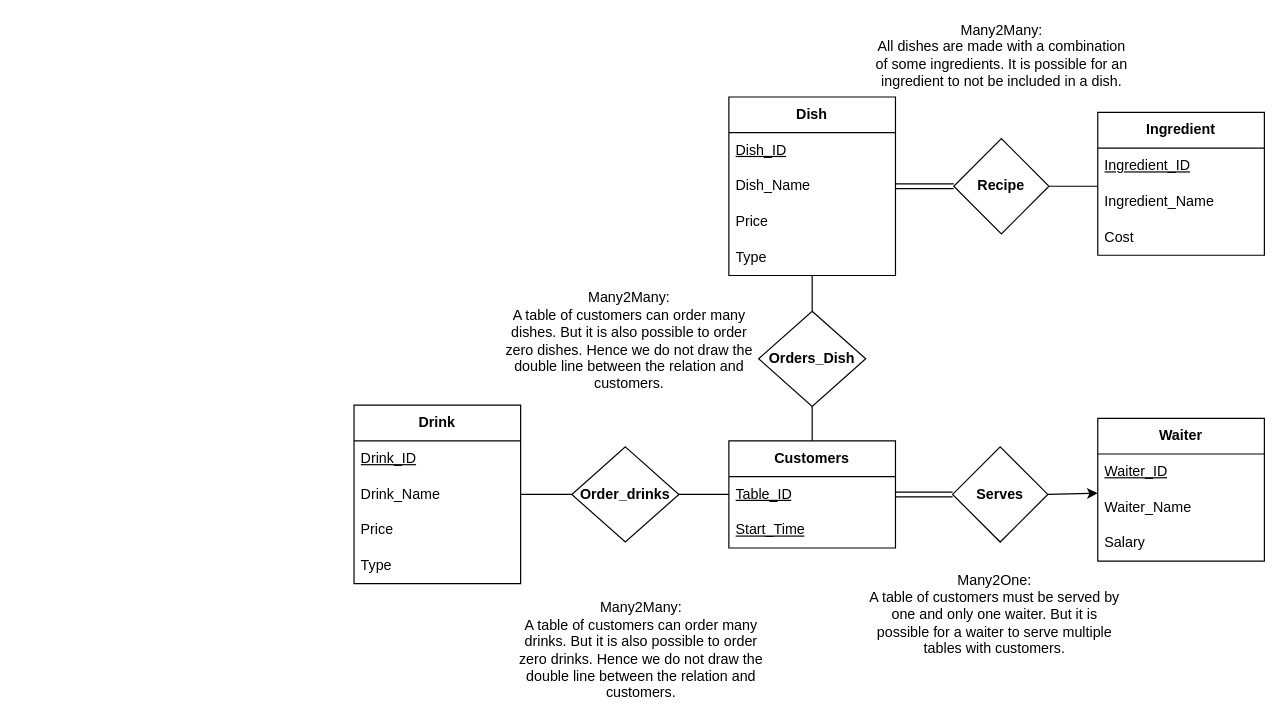
Above: ER.drawio in Marcrulo/DB_course (draw.io), before the change. Source tidied: cells renumbered, new cells numbered last; positions are measured from the earlier drawing's top-left corner, leaving out a move shared by most shapes. Both pictures are drawn from the tidied source at 119%, with x=0, y=0 at pixel (353, 37).
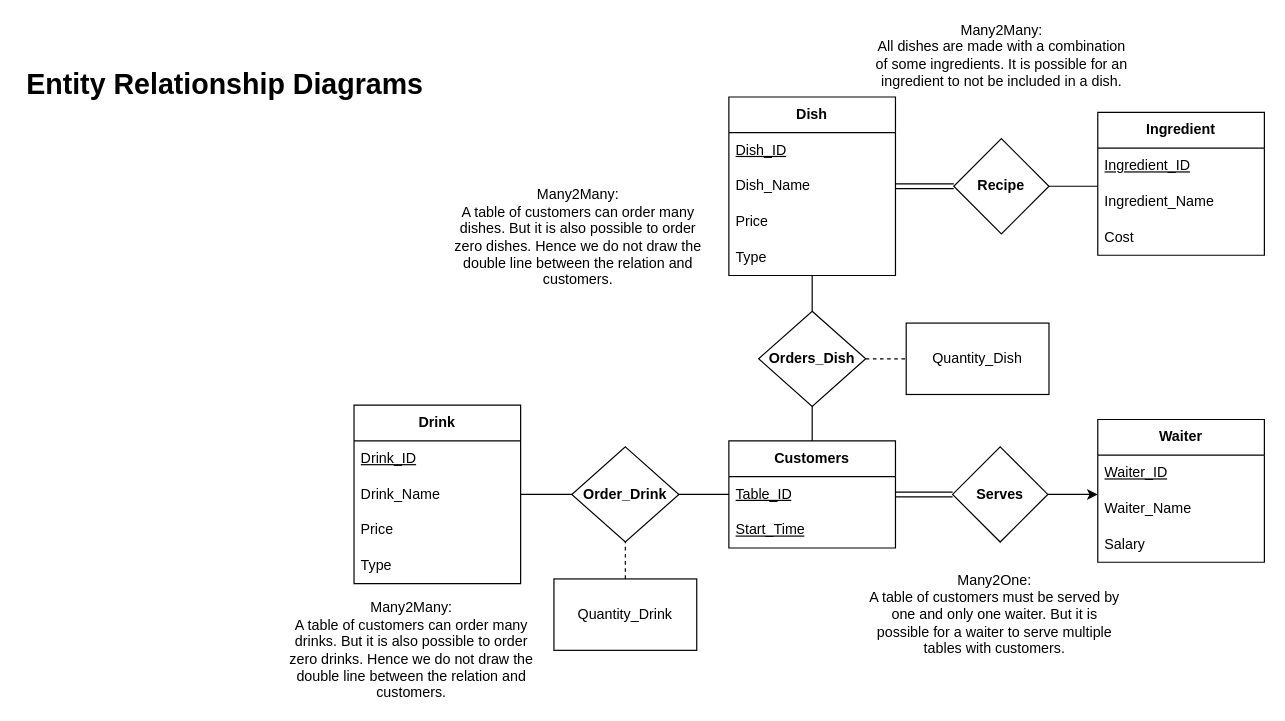
Above is the later version.

The change refers to these unchanged cells:
```xml
<mxCell id="10" value="&lt;b&gt;Orders_Dish&lt;/b&gt;" style="rhombus;whiteSpace=wrap;html=1;" parent="1" vertex="1">
  <mxGeometry x="340" y="230" width="90" height="80" as="geometry" />
</mxCell>
```

What changed in the source:
```diff
@@
     <mxCell id="12" value="&lt;b&gt;Waiter&lt;/b&gt;" style="swimlane;fontStyle=0;horizontal=1;startSize=30;whiteSpace=wrap;html=1;" parent="1" vertex="1">
-      <mxGeometry x="625" y="320" width="140" height="120" as="geometry" />
+      <mxGeometry x="625" y="321" width="140" height="120" as="geometry" />
     </mxCell>
@@
-    <mxCell id="27" value="&lt;b&gt;Order_drinks&lt;/b&gt;" style="rhombus;whiteSpace=wrap;html=1;" parent="1" vertex="1">
+    <mxCell id="27" value="&lt;b&gt;Order_Drink&lt;/b&gt;" style="rhombus;whiteSpace=wrap;html=1;" parent="1" vertex="1">
       <mxGeometry x="183" y="344" width="90" height="80" as="geometry" />
     </mxCell>
@@
     <mxCell id="35" value="&lt;div&gt;Many2Many:&lt;/div&gt;&lt;div&gt;A table of customers can order many dishes. But it is also possible to order zero dishes. Hence we do not draw the double line between the relation and customers.&lt;br&gt;&lt;/div&gt;" style="text;html=1;strokeColor=none;fillColor=none;align=center;verticalAlign=middle;whiteSpace=wrap;rounded=0;" parent="1" vertex="1">
-      <mxGeometry x="123" y="240" width="217" height="30" as="geometry" />
+      <mxGeometry x="80" y="153" width="217" height="30" as="geometry" />
     </mxCell>
     <mxCell id="36" value="&lt;div&gt;Many2Many:&lt;/div&gt;&lt;div&gt;A table of customers can order many drinks. But it is also possible to order zero drinks. Hence we do not draw the double line between the relation and customers.&lt;br&gt;&lt;/div&gt;" style="text;html=1;strokeColor=none;fillColor=none;align=center;verticalAlign=middle;whiteSpace=wrap;rounded=0;" parent="1" vertex="1">
-      <mxGeometry x="133" y="500" width="217" height="30" as="geometry" />
+      <mxGeometry x="-60" y="500" width="217" height="30" as="geometry" />
     </mxCell>
@@
+    <mxCell id="39" value="Quantity_Dish" style="rounded=0;whiteSpace=wrap;html=1;gradientColor=none;fillColor=none;" parent="1" vertex="1">
+      <mxGeometry x="464" y="240" width="120" height="60" as="geometry" />
+    </mxCell>
+    <mxCell id="40" value="Quantity_Drink" style="rounded=0;whiteSpace=wrap;html=1;gradientColor=none;fillColor=none;" parent="1" vertex="1">
+      <mxGeometry x="168" y="455" width="120" height="60" as="geometry" />
+    </mxCell>
+    <mxCell id="41" style="endArrow=none;dashed=1;html=1;rounded=0;exitX=0.5;exitY=0;exitDx=0;exitDy=0;entryX=0.5;entryY=1;entryDx=0;entryDy=0;" parent="1" edge="1" source="40" target="27">
+      <mxGeometry relative="1" as="geometry" />
+    </mxCell>
+    <mxCell id="42" style="endArrow=none;dashed=1;html=1;rounded=0;entryX=0;entryY=0.5;entryDx=0;entryDy=0;exitX=1;exitY=0.5;exitDx=0;exitDy=0;" parent="1" edge="1" source="10" target="39">
+      <mxGeometry relative="1" as="geometry" />
+    </mxCell>
+    <mxCell id="43" value="&lt;h1&gt;Entity Relationship Diagrams&lt;br&gt;&lt;/h1&gt;" style="text;html=1;strokeColor=none;fillColor=none;spacing=5;spacingTop=-20;whiteSpace=wrap;overflow=hidden;rounded=0;" parent="1" vertex="1">
+      <mxGeometry x="-280" y="20" width="390" height="120" as="geometry" />
+    </mxCell>
```
